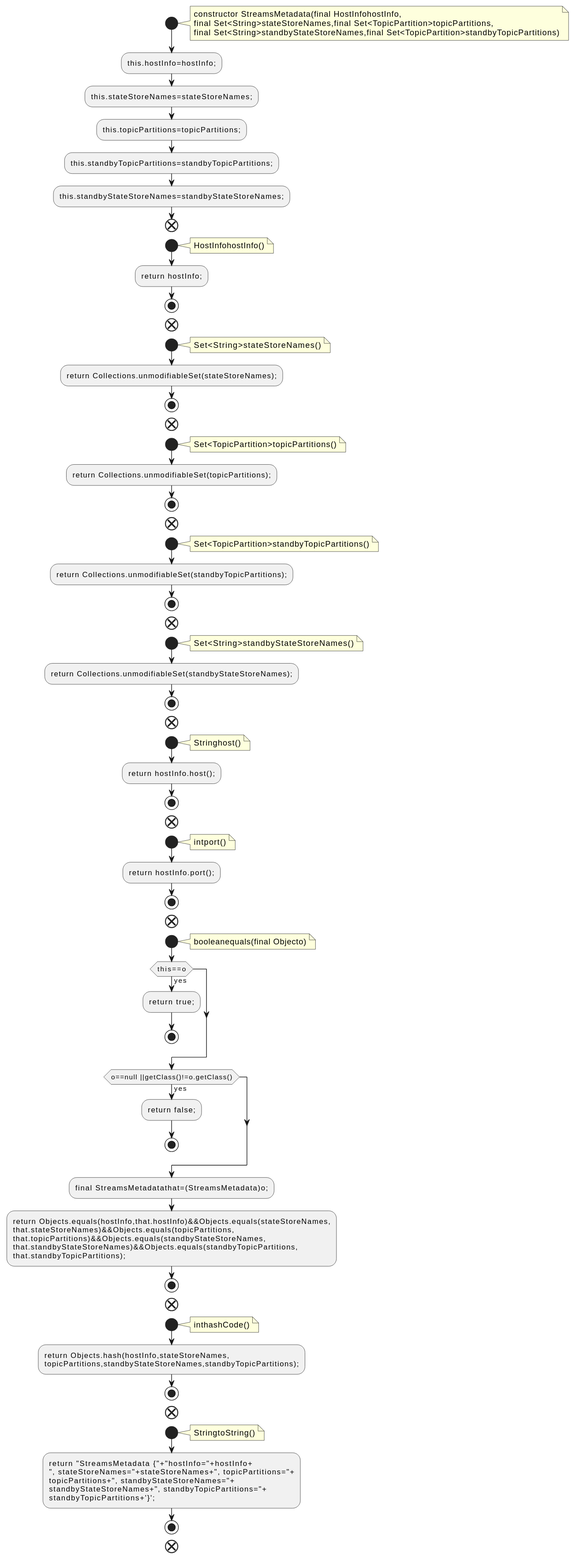
This is docs/qc/streams/src/main/java/org/apache/kafka/streams/state/StreamsMetadata.java.fct.svg from qualitesys/kafka, a PlantUML export, as it was before one commit.
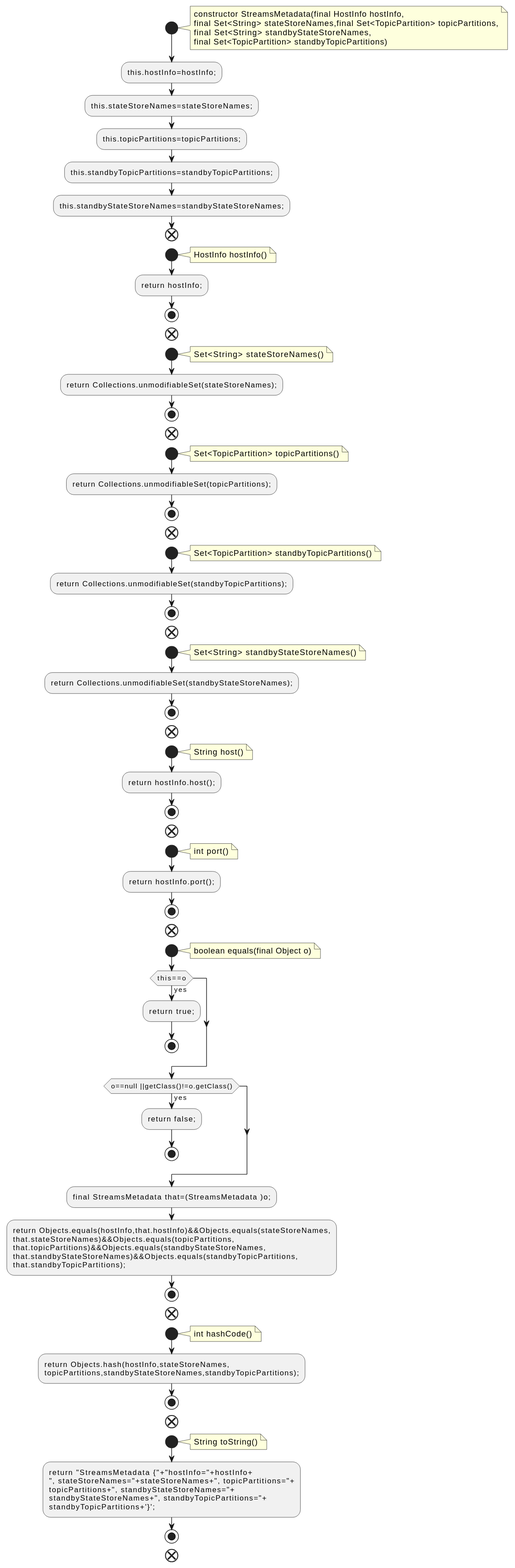
Later version of the same file.

What changed in the source:
```diff
@@ -2,9 +2,10 @@
 !pragma layout smetana
 start
 note right
-constructor StreamsMetadata(final HostInfohostInfo,
-final Set<String>stateStoreNames,final Set<TopicPartition>topicPartitions,
-final Set<String>standbyStateStoreNames,final Set<TopicPartition>standbyTopicPartitions)
+constructor StreamsMetadata(final HostInfo hostInfo,
+final Set<String> stateStoreNames,final Set<TopicPartition> topicPartitions,
+final Set<String> standbyStateStoreNames,
+final Set<TopicPartition> standbyTopicPartitions)
 end note
 :this.hostInfo=hostInfo;;
 :this.stateStoreNames=stateStoreNames;;
@@ -14,56 +15,56 @@
 end
 start
 note right
-HostInfohostInfo()
+HostInfo hostInfo()
 end note
 :return hostInfo;;
 stop
 end
 start
 note right
-Set<String>stateStoreNames()
+Set<String> stateStoreNames()
 end note
 :return Collections.unmodifiableSet(stateStoreNames);;
 stop
 end
 start
 note right
-Set<TopicPartition>topicPartitions()
+Set<TopicPartition> topicPartitions()
 end note
 :return Collections.unmodifiableSet(topicPartitions);;
 stop
 end
 start
 note right
-Set<TopicPartition>standbyTopicPartitions()
+Set<TopicPartition> standbyTopicPartitions()
 end note
 :return Collections.unmodifiableSet(standbyTopicPartitions);;
 stop
 end
 start
 note right
-Set<String>standbyStateStoreNames()
+Set<String> standbyStateStoreNames()
 end note
 :return Collections.unmodifiableSet(standbyStateStoreNames);;
 stop
 end
 start
 note right
-Stringhost()
+String host()
 end note
 :return hostInfo.host();;
 stop
 end
 start
 note right
-intport()
+int port()
 end note
 :return hostInfo.port();;
 stop
 end
 start
 note right
-booleanequals(final Objecto)
+boolean equals(final Object o)
 end note
 if (this==o) then (yes)
 :return true;;
@@ -73,7 +74,7 @@
 :return false;;
 stop
 endif
-:final StreamsMetadatathat=(StreamsMetadata)o;;
+:final StreamsMetadata that=(StreamsMetadata )o;;
 :return Objects.equals(hostInfo,that.hostInfo)&&Objects.equals(stateStoreNames,
 that.stateStoreNames)&&Objects.equals(topicPartitions,
 that.topicPartitions)&&Objects.equals(standbyStateStoreNames,
@@ -83,7 +84,7 @@
 end
 start
 note right
-inthashCode()
+int hashCode()
 end note
 :return Objects.hash(hostInfo,stateStoreNames,
 topicPartitions,standbyStateStoreNames,standbyTopicPartitions);;
@@ -91,7 +92,7 @@
 end
 start
 note right
-StringtoString()
+String toString()
 end note
 :return "StreamsMetadata {"+"hostInfo="+hostInfo+
 ", stateStoreNames="+stateStoreNames+", topicPartitions="+
```
